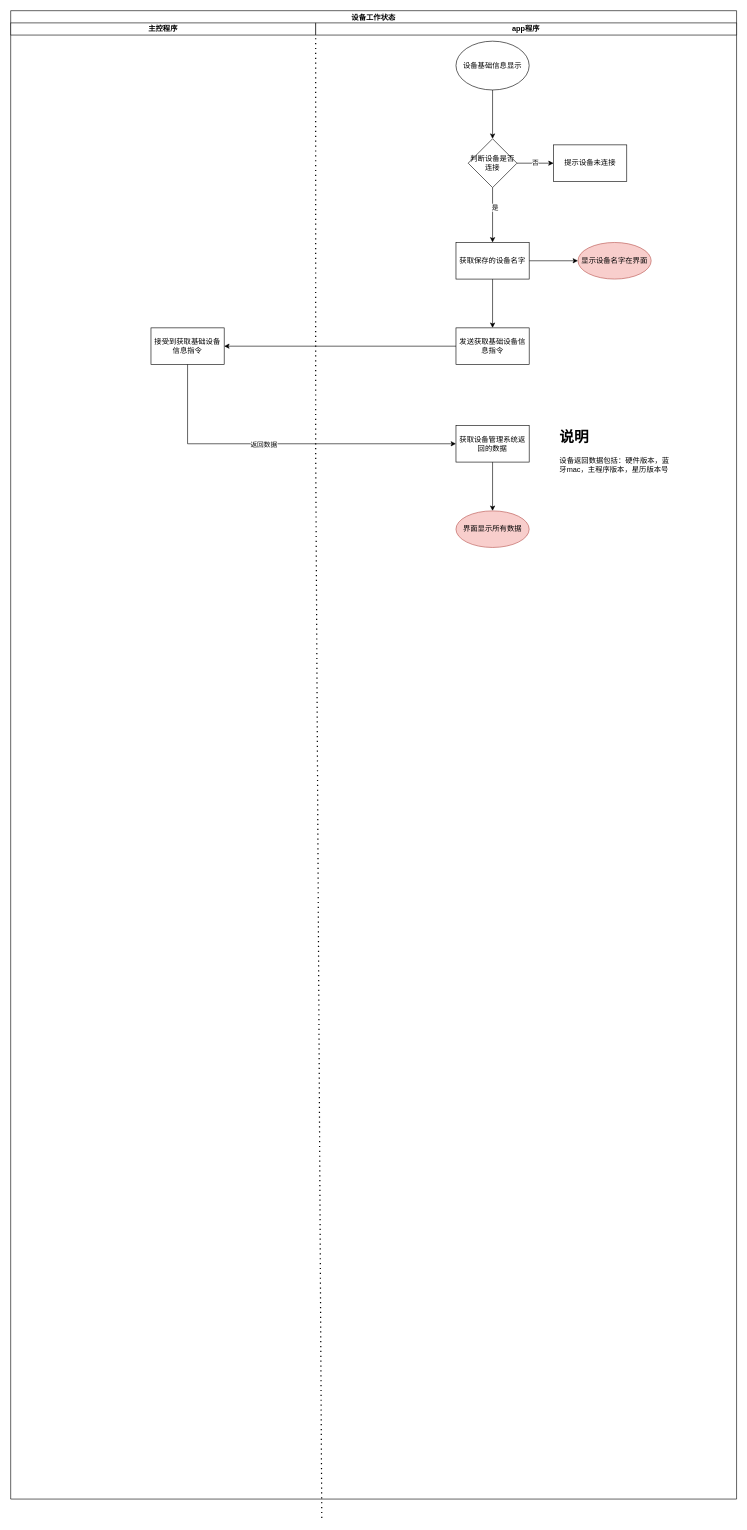
Above: page "App呈现设备基础信息" (17 of 24) of 隐身保arm版-业务流程-V1.0-20221028-1.drawio in kyphoon/ysb_drawio_tree (draw.io), before the change. Source tidied: cells renumbered, new cells numbered last; positions are measured from the earlier drawing's top-left corner, leaving out a move shared by most shapes. Both pictures are drawn from the tidied source at 61%, with x=0, y=0 at pixel (10, 10).
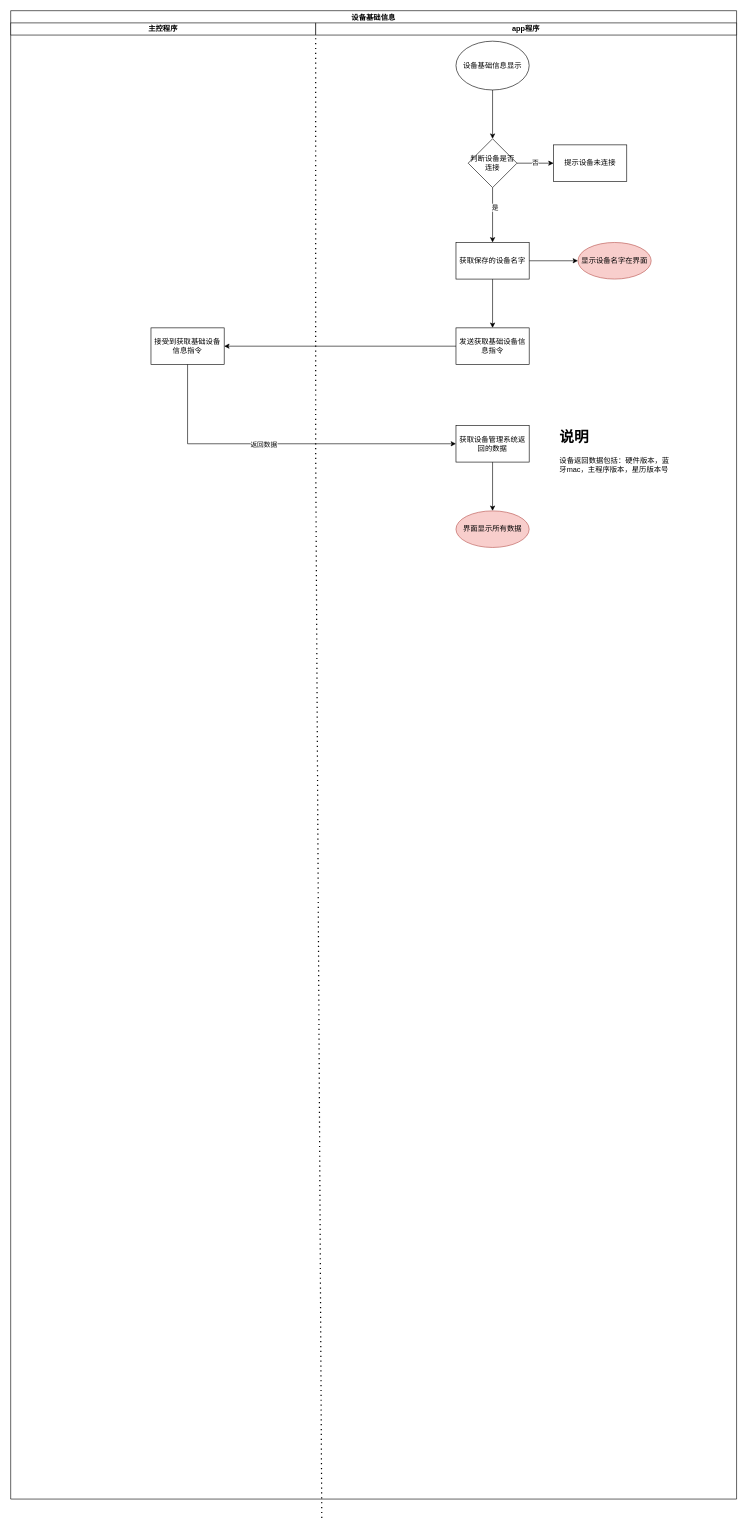
The same diagram, later.

The edit, as a diff of the source:
```diff
@@
-    <mxCell id="2" value="设备工作状态" style="swimlane;whiteSpace=wrap;html=1;" parent="1" vertex="1">
+    <mxCell id="2" value="设备基础信息" style="swimlane;whiteSpace=wrap;html=1;" parent="1" vertex="1">
       <mxGeometry width="1190" height="2440" as="geometry" />
     </mxCell>
```
